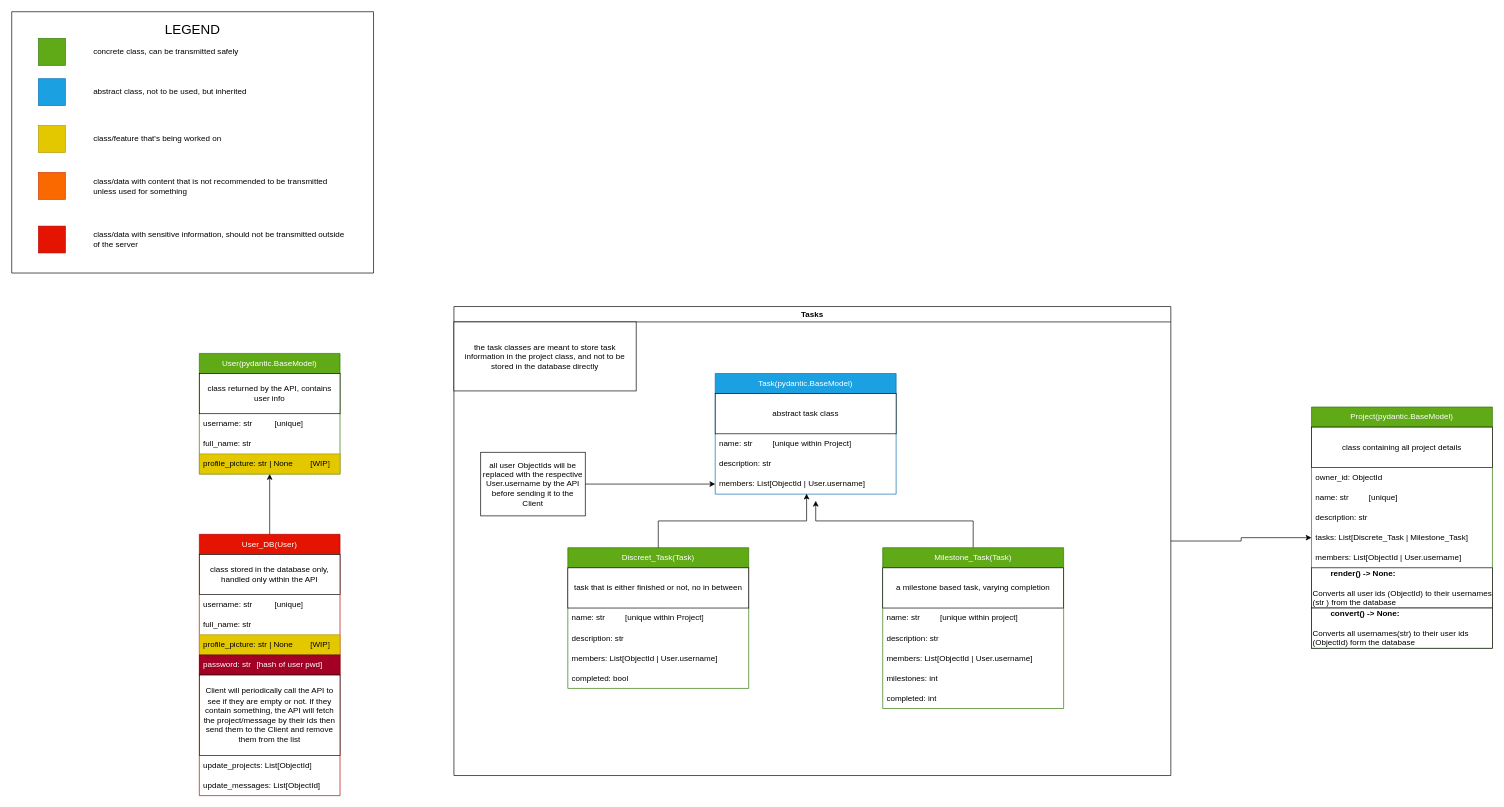
Earlier version of the draw.io diagram server-models.drawio (reezuleanu/termsync). Source tidied: cells renumbered, new cells numbered last; positions are measured from the earlier drawing's top-left corner, leaving out a move shared by most shapes. Both pictures are drawn from the tidied source at 67%, with x=0, y=0 at pixel (11, 11).
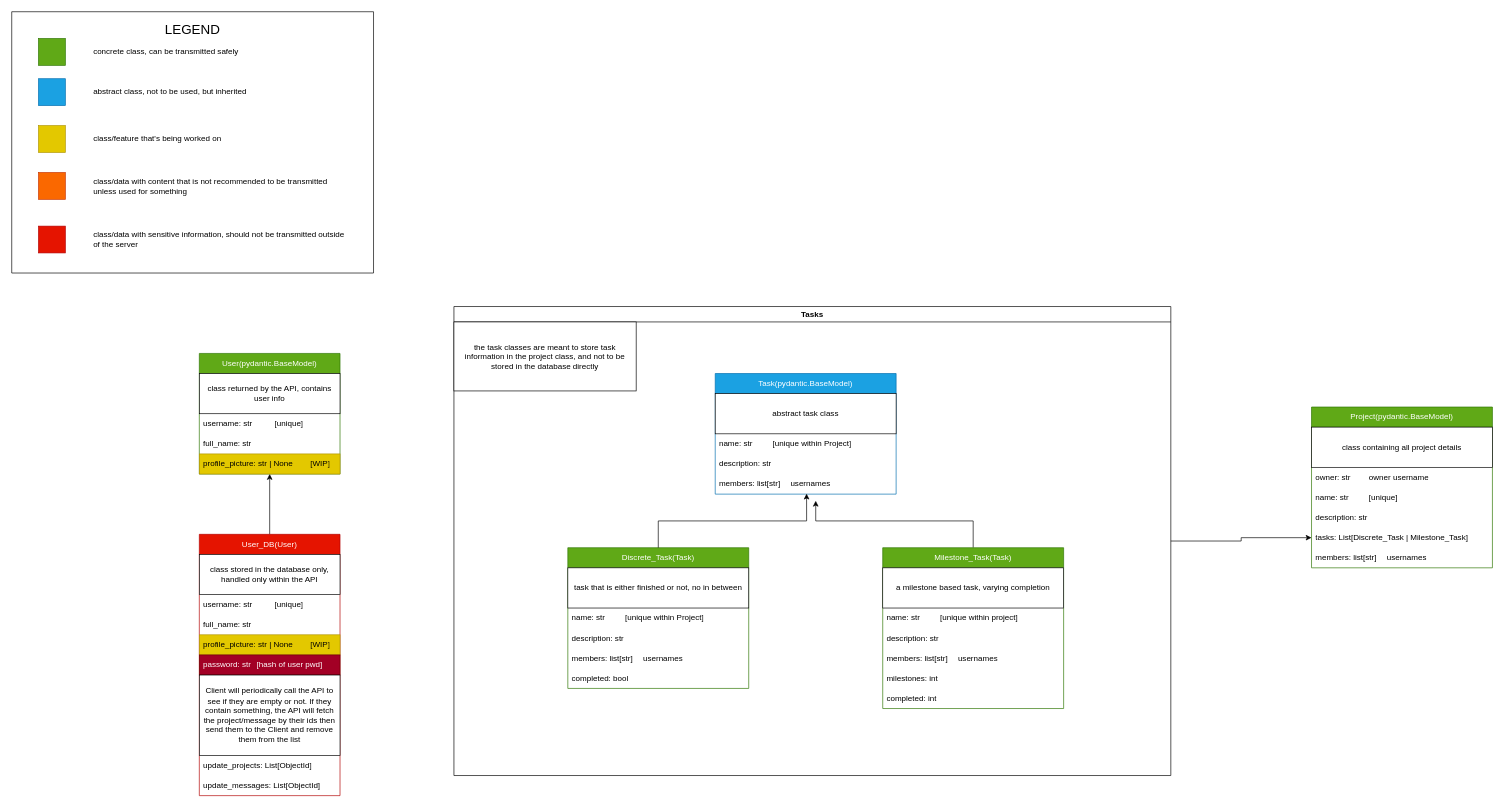
After the change.

The change refers to these unchanged cells:
```xml
<mxCell id="3" value="Tasks&lt;br&gt;" style="swimlane;whiteSpace=wrap;html=1;" parent="1" vertex="1">
  <mxGeometry x="660" y="440" width="1070" height="700" as="geometry" />
</mxCell>
<mxCell id="4" value="Task(pydantic.BaseModel)" style="swimlane;fontStyle=0;horizontal=1;startSize=30;whiteSpace=wrap;html=1;fillColor=#1ba1e2;fontColor=#ffffff;strokeColor=#006EAF;" parent="3" vertex="1">
  <mxGeometry x="390" y="100" width="270" height="180" as="geometry" />
</mxCell>
<mxCell id="16" value="Milestone_Task(Task)" style="swimlane;fontStyle=0;horizontal=1;startSize=30;whiteSpace=wrap;html=1;fillColor=#60a917;strokeColor=#2D7600;fontColor=#ffffff;" parent="3" vertex="1">
  <mxGeometry x="640" y="360" width="270" height="240" as="geometry" />
</mxCell>
```

Change to the diagram source:
```diff
@@
-    <mxCell id="8" value="members: List[ObjectId | User.username]" style="text;strokeColor=none;fillColor=none;align=left;verticalAlign=middle;spacingLeft=4;spacingRight=4;overflow=hidden;points=[[0,0.5],[1,0.5]];portConstraint=eastwest;whiteSpace=wrap;html=1;" parent="4" vertex="1">
+    <mxCell id="8" value="members: list[str]&lt;span style=&quot;white-space: pre;&quot;&gt;&#9;&lt;/span&gt;usernames" style="text;strokeColor=none;fillColor=none;align=left;verticalAlign=middle;spacingLeft=4;spacingRight=4;overflow=hidden;points=[[0,0.5],[1,0.5]];portConstraint=eastwest;whiteSpace=wrap;html=1;" parent="4" vertex="1">
       <mxGeometry y="150" width="270" height="30" as="geometry" />
     </mxCell>
-    <mxCell id="9" value="Discreet_Task(Task)" style="swimlane;fontStyle=0;horizontal=1;startSize=30;whiteSpace=wrap;html=1;fillColor=#60a917;strokeColor=#2D7600;fontColor=#ffffff;" parent="3" vertex="1">
+    <mxCell id="9" value="Discrete_Task(Task)" style="swimlane;fontStyle=0;horizontal=1;startSize=30;whiteSpace=wrap;html=1;fillColor=#60a917;strokeColor=#2D7600;fontColor=#ffffff;" parent="3" vertex="1">
       <mxGeometry x="170" y="360" width="270" height="210" as="geometry" />
     </mxCell>
@@
-    <mxCell id="13" value="members: List[ObjectId | User.username]" style="text;strokeColor=none;fillColor=none;align=left;verticalAlign=middle;spacingLeft=4;spacingRight=4;overflow=hidden;whiteSpace=wrap;html=1;" parent="9" vertex="1">
+    <mxCell id="13" value="members: list[str]&lt;span style=&quot;white-space: pre;&quot;&gt;&#9;&lt;/span&gt;usernames" style="text;strokeColor=none;fillColor=none;align=left;verticalAlign=middle;spacingLeft=4;spacingRight=4;overflow=hidden;whiteSpace=wrap;html=1;" parent="9" vertex="1">
       <mxGeometry y="150" width="270" height="30" as="geometry" />
     </mxCell>
@@
-    <mxCell id="20" value="members: List[ObjectId | User.username]" style="text;strokeColor=none;fillColor=none;align=left;verticalAlign=middle;spacingLeft=4;spacingRight=4;overflow=hidden;whiteSpace=wrap;html=1;" parent="16" vertex="1">
+    <mxCell id="20" value="members: list[str]&lt;span style=&quot;white-space: pre;&quot;&gt;&#9;&lt;/span&gt;usernames" style="text;strokeColor=none;fillColor=none;align=left;verticalAlign=middle;spacingLeft=4;spacingRight=4;overflow=hidden;whiteSpace=wrap;html=1;" parent="16" vertex="1">
       <mxGeometry y="150" width="270" height="30" as="geometry" />
     </mxCell>
@@
-    <mxCell id="25" style="edgeStyle=orthogonalEdgeStyle;rounded=0;jettySize=auto;html=1;entryX=0;entryY=0.5;entryDx=0;entryDy=0;" parent="3" edge="1" source="26" target="8">
-      <mxGeometry relative="1" as="geometry" />
-    </mxCell>
-    <mxCell id="26" value="all user ObjectIds will be replaced with the respective User.username by the API before sending it to the Client" style="rounded=0;whiteSpace=wrap;html=1;" parent="3" vertex="1">
-      <mxGeometry x="40" y="217.5" width="156" height="95" as="geometry" />
-    </mxCell>
@@
     <mxCell id="42" value="Project(pydantic.BaseModel)" style="swimlane;fontStyle=0;horizontal=1;startSize=30;whiteSpace=wrap;html=1;fillColor=#60a917;strokeColor=#2D7600;fontColor=#ffffff;" parent="1" vertex="1">
-      <mxGeometry x="1940" y="590" width="270" height="360" as="geometry" />
+      <mxGeometry x="1940" y="590" width="270" height="240" as="geometry" />
     </mxCell>
@@
-    <mxCell id="44" value="owner_id: ObjectId" style="text;strokeColor=none;fillColor=none;align=left;verticalAlign=middle;spacingLeft=4;spacingRight=4;overflow=hidden;whiteSpace=wrap;html=1;" parent="42" vertex="1">
+    <mxCell id="44" value="owner: str&lt;span style=&quot;white-space: pre;&quot;&gt;&#9;&lt;/span&gt;owner username" style="text;strokeColor=none;fillColor=none;align=left;verticalAlign=middle;spacingLeft=4;spacingRight=4;overflow=hidden;whiteSpace=wrap;html=1;" parent="42" vertex="1">
       <mxGeometry y="90" width="270" height="30" as="geometry" />
     </mxCell>
@@
-    <mxCell id="48" value="members: List[ObjectId | User.username]" style="text;strokeColor=none;fillColor=none;align=left;verticalAlign=middle;spacingLeft=4;spacingRight=4;overflow=hidden;whiteSpace=wrap;html=1;" parent="42" vertex="1">
+    <mxCell id="48" value="members: list[str]&lt;span style=&quot;white-space: pre;&quot;&gt;&#9;&lt;/span&gt;usernames" style="text;strokeColor=none;fillColor=none;align=left;verticalAlign=middle;spacingLeft=4;spacingRight=4;overflow=hidden;whiteSpace=wrap;html=1;" parent="42" vertex="1">
       <mxGeometry y="210" width="270" height="30" as="geometry" />
     </mxCell>
-    <mxCell id="49" value="&lt;span style=&quot;font-weight: bold; white-space: pre;&quot;&gt;&#9;&lt;/span&gt;&lt;b&gt;render() -&amp;gt; None:&lt;br&gt;&lt;/b&gt;&lt;br&gt;Converts all user ids (ObjectId) to their usernames (str ) from the database" style="rounded=0;whiteSpace=wrap;html=1;align=left;" parent="42" vertex="1">
-      <mxGeometry y="240" width="270" height="60" as="geometry" />
-    </mxCell>
-    <mxCell id="50" value="&lt;span style=&quot;white-space: pre;&quot;&gt;&#9;&lt;/span&gt;&lt;b&gt;convert() -&amp;gt; None:&lt;/b&gt;&lt;br&gt;&lt;br&gt;Converts all usernames(str) to their user ids (ObjectId) form the database" style="rounded=0;whiteSpace=wrap;html=1;align=left;" parent="42" vertex="1">
-      <mxGeometry y="300" width="270" height="60" as="geometry" />
-    </mxCell>
```
